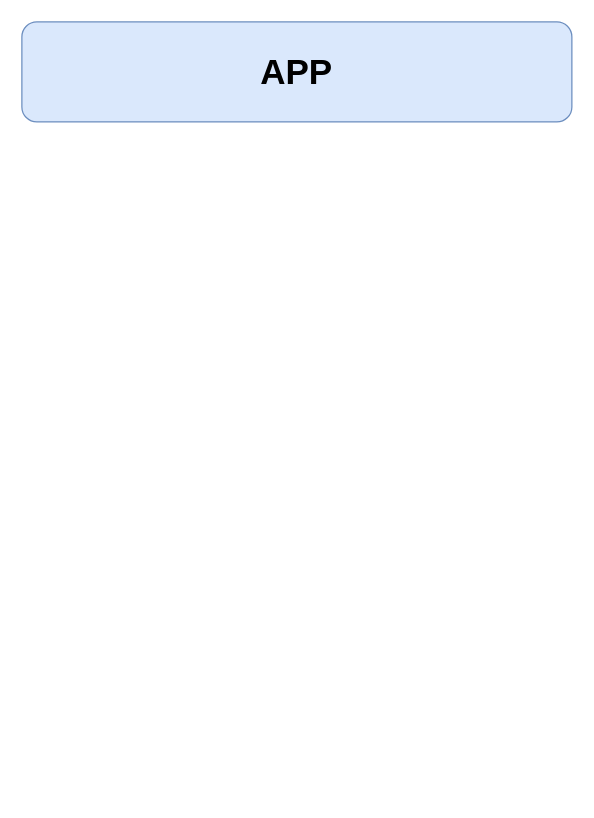
This is page "第 2 页" (2 of 2) of mainsystem/系统模块框架图.drawio from wangpc10/autonomousPic, a draw.io file, before an edit. Source tidied: cells renumbered, new cells numbered last; positions are measured from the earlier drawing's top-left corner, leaving out a move shared by most shapes. Both pictures are drawn from the tidied source at 125%, with x=0, y=0 at pixel (21, 21).
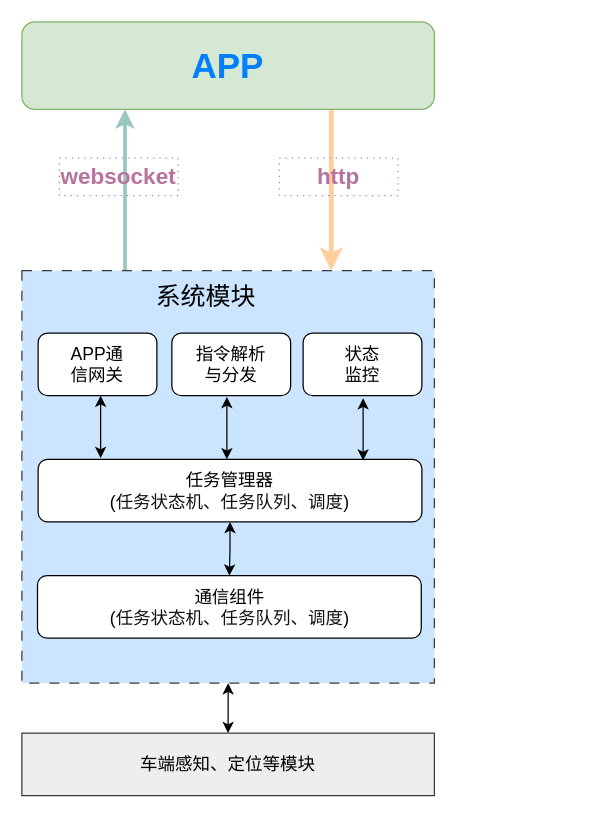
The same page after the edit.

Commit message:
更新系统模块框架图.drawio

What changed in the source:
```diff
@@
+    <mxCell id="3" style="edgeStyle=orthogonalEdgeStyle;rounded=0;jettySize=auto;html=1;exitX=0.75;exitY=1;exitDx=0;exitDy=0;entryX=0.75;entryY=0;entryDx=0;entryDy=0;strokeWidth=4;strokeColor=#FFCE9F;" parent="1" edge="1" source="2" target="6">
+      <mxGeometry relative="1" as="geometry" />
+    </mxCell>
-    <mxCell id="2" value="&lt;b&gt;&lt;font style=&quot;font-size: 28px;&quot;&gt;APP&lt;/font&gt;&lt;/b&gt;" style="rounded=1;whiteSpace=wrap;html=1;fillColor=#dae8fc;strokeColor=#6c8ebf;" parent="1" vertex="1">
-      <mxGeometry width="440" height="80" as="geometry" />
+    <mxCell id="2" value="&lt;span style=&quot;font-size: 28px; color: rgb(0, 127, 255);&quot;&gt;&lt;b style=&quot;&quot;&gt;APP&lt;/b&gt;&lt;/span&gt;" style="rounded=1;whiteSpace=wrap;html=1;fillColor=#d5e8d4;strokeColor=#82b366;" parent="1" vertex="1">
+      <mxGeometry width="330" height="70" as="geometry" />
     </mxCell>
+    <mxCell id="4" style="edgeStyle=orthogonalEdgeStyle;rounded=0;jettySize=auto;html=1;exitX=0.25;exitY=0;exitDx=0;exitDy=0;entryX=0.25;entryY=1;entryDx=0;entryDy=0;strokeColor=#9AC7BF;strokeWidth=3;" parent="1" edge="1" source="6" target="2">
+      <mxGeometry relative="1" as="geometry" />
+    </mxCell>
+    <mxCell id="5" style="edgeStyle=orthogonalEdgeStyle;rounded=0;jettySize=auto;html=1;exitX=0.5;exitY=1;exitDx=0;exitDy=0;entryX=0.5;entryY=0;entryDx=0;entryDy=0;startArrow=classic;startFill=1;" parent="1" edge="1" source="6" target="19">
+      <mxGeometry relative="1" as="geometry" />
+    </mxCell>
+    <mxCell id="6" style="whiteSpace=wrap;html=1;dashed=1;dashPattern=8 8;fillColor=#cce5ff;strokeColor=#36393d;" parent="1" vertex="1">
+      <mxGeometry y="199" width="330" height="330" as="geometry" />
+    </mxCell>
+    <mxCell id="7" value="&lt;font style=&quot;font-size: 18px;&quot;&gt;&lt;b style=&quot;color: rgb(181, 115, 157);&quot;&gt;websocket&lt;/b&gt;&lt;/font&gt;" style="text;html=1;whiteSpace=wrap;strokeColor=#A680B8;fillColor=none;align=center;verticalAlign=middle;rounded=0;dashed=1;dashPattern=1 4;" parent="1" vertex="1">
+      <mxGeometry x="30" y="109" width="95" height="30" as="geometry" />
+    </mxCell>
+    <mxCell id="8" value="&lt;font style=&quot;font-size: 18px;&quot;&gt;&lt;b style=&quot;color: rgb(181, 115, 157);&quot;&gt;http&lt;/b&gt;&lt;/font&gt;" style="text;html=1;whiteSpace=wrap;strokeColor=#A680B8;fillColor=none;align=center;verticalAlign=middle;rounded=0;dashed=1;dashPattern=1 4;" parent="1" vertex="1">
+      <mxGeometry x="206" y="109" width="95" height="30" as="geometry" />
+    </mxCell>
+    <mxCell id="9" value="&lt;font style=&quot;font-size: 20px;&quot;&gt;系统模块&lt;/font&gt;" style="text;html=1;whiteSpace=wrap;strokeColor=none;fillColor=none;align=center;verticalAlign=middle;rounded=0;" parent="1" vertex="1">
+      <mxGeometry x="100" y="199" width="95" height="40" as="geometry" />
+    </mxCell>
+    <mxCell id="10" value="&lt;font style=&quot;font-size: 14px;&quot;&gt;APP通&lt;/font&gt;&lt;div&gt;&lt;font style=&quot;font-size: 14px;&quot;&gt;信网关&lt;/font&gt;&lt;/div&gt;" style="rounded=1;whiteSpace=wrap;html=1;" parent="1" vertex="1">
+      <mxGeometry x="13" y="249" width="95" height="50" as="geometry" />
+    </mxCell>
+    <mxCell id="11" value="&lt;font style=&quot;font-size: 14px;&quot;&gt;指令解析&lt;/font&gt;&lt;div&gt;&lt;font style=&quot;font-size: 14px;&quot;&gt;与分发&lt;/font&gt;&lt;/div&gt;" style="rounded=1;whiteSpace=wrap;html=1;" parent="1" vertex="1">
+      <mxGeometry x="120" y="249" width="95" height="50" as="geometry" />
+    </mxCell>
+    <mxCell id="12" value="&lt;span style=&quot;font-size: 14px;&quot;&gt;状态&lt;/span&gt;&lt;div&gt;&lt;span style=&quot;font-size: 14px;&quot;&gt;监控&lt;/span&gt;&lt;/div&gt;" style="rounded=1;whiteSpace=wrap;html=1;" parent="1" vertex="1">
+      <mxGeometry x="225" y="249" width="95" height="50" as="geometry" />
+    </mxCell>
+    <mxCell id="13" style="edgeStyle=orthogonalEdgeStyle;rounded=0;jettySize=auto;html=1;exitX=0.5;exitY=1;exitDx=0;exitDy=0;entryX=0.5;entryY=0;entryDx=0;entryDy=0;startArrow=classic;startFill=1;" parent="1" edge="1" source="14" target="18">
+      <mxGeometry relative="1" as="geometry" />
+    </mxCell>
+    <mxCell id="14" value="&lt;font style=&quot;font-size: 14px;&quot;&gt;任务管理器&lt;/font&gt;&lt;div&gt;&lt;font style=&quot;font-size: 14px;&quot;&gt;(&lt;span style=&quot;color: rgb(15, 17, 21); font-family: Menlo, Monaco, Consolas, &amp;quot;Cascadia Mono&amp;quot;, &amp;quot;Ubuntu Mono&amp;quot;, &amp;quot;DejaVu Sans Mono&amp;quot;, &amp;quot;Liberation Mono&amp;quot;, &amp;quot;JetBrains Mono&amp;quot;, &amp;quot;Fira Code&amp;quot;, Cousine, &amp;quot;Roboto Mono&amp;quot;, &amp;quot;Courier New&amp;quot;, Courier, sans-serif, system-ui; text-align: start; white-space: pre-wrap; background-color: transparent;&quot;&gt;任务状态机、任务队列、调度&lt;/span&gt;&lt;span style=&quot;background-color: transparent; color: light-dark(rgb(0, 0, 0), rgb(255, 255, 255));&quot;&gt;)&lt;/span&gt;&lt;/font&gt;&lt;/div&gt;" style="rounded=1;whiteSpace=wrap;html=1;" parent="1" vertex="1">
+      <mxGeometry x="13" y="350" width="307" height="50" as="geometry" />
+    </mxCell>
+    <mxCell id="15" style="endArrow=classic;startArrow=classic;html=1;rounded=0;" parent="1" edge="1">
+      <mxGeometry relative="1" as="geometry">
+        <mxPoint x="63" y="349" as="sourcePoint" />
+        <mxPoint x="63" y="299" as="targetPoint" />
+      </mxGeometry>
+    </mxCell>
+    <mxCell id="16" style="endArrow=classic;startArrow=classic;html=1;rounded=0;" parent="1" edge="1">
+      <mxGeometry relative="1" as="geometry">
+        <mxPoint x="164" y="350" as="sourcePoint" />
+        <mxPoint x="164" y="300" as="targetPoint" />
+      </mxGeometry>
+    </mxCell>
+    <mxCell id="17" style="endArrow=classic;startArrow=classic;html=1;rounded=0;" parent="1" edge="1">
+      <mxGeometry relative="1" as="geometry">
+        <mxPoint x="273" y="351" as="sourcePoint" />
+        <mxPoint x="273" y="301" as="targetPoint" />
+      </mxGeometry>
+    </mxCell>
+    <mxCell id="18" value="&lt;font style=&quot;font-size: 14px;&quot;&gt;通信组件&lt;/font&gt;&lt;div&gt;&lt;font style=&quot;font-size: 14px;&quot;&gt;(&lt;span style=&quot;color: rgb(15, 17, 21); font-family: Menlo, Monaco, Consolas, &amp;quot;Cascadia Mono&amp;quot;, &amp;quot;Ubuntu Mono&amp;quot;, &amp;quot;DejaVu Sans Mono&amp;quot;, &amp;quot;Liberation Mono&amp;quot;, &amp;quot;JetBrains Mono&amp;quot;, &amp;quot;Fira Code&amp;quot;, Cousine, &amp;quot;Roboto Mono&amp;quot;, &amp;quot;Courier New&amp;quot;, Courier, sans-serif, system-ui; text-align: start; white-space: pre-wrap; background-color: transparent;&quot;&gt;任务状态机、任务队列、调度&lt;/span&gt;&lt;span style=&quot;background-color: transparent; color: light-dark(rgb(0, 0, 0), rgb(255, 255, 255));&quot;&gt;)&lt;/span&gt;&lt;/font&gt;&lt;/div&gt;" style="rounded=1;whiteSpace=wrap;html=1;" parent="1" vertex="1">
+      <mxGeometry x="12.5" y="443" width="307" height="50" as="geometry" />
+    </mxCell>
+    <mxCell id="19" value="&lt;font style=&quot;font-size: 14px;&quot;&gt;车端感知、定位等模块&lt;/font&gt;" style="rounded=0;whiteSpace=wrap;html=1;fillColor=#eeeeee;strokeColor=#36393d;" parent="1" vertex="1">
+      <mxGeometry y="569" width="330" height="50" as="geometry" />
+    </mxCell>
```
